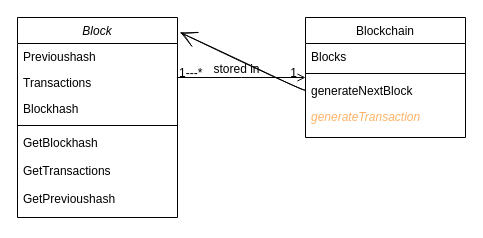
Earlier version of the draw.io diagram Untitled Diagram.drawio (engiraba/oeblockchain). Source tidied: cells renumbered, new cells numbered last; positions are measured from the earlier drawing's top-left corner, leaving out a move shared by most shapes. Both pictures are drawn from the tidied source at 100%, with x=0, y=0 at pixel (17, 17).
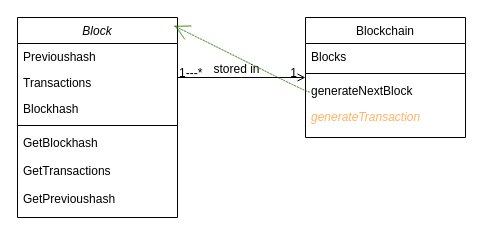
The same page after the edit.

Unchanged cells that the change refers to:
```xml
<mxCell id="2" value="Block" style="swimlane;fontStyle=2;align=center;verticalAlign=top;horizontal=1;startSize=26;rounded=0;shadow=0;strokeWidth=1;" parent="1" vertex="1">
  <mxGeometry width="160" height="200" as="geometry" />
</mxCell>
<mxCell id="11" value="generateNextBlock" style="text;align=left;verticalAlign=top;spacingLeft=4;spacingRight=4;overflow=hidden;points=[[0,0.5],[1,0.5]];portConstraint=eastwest;" parent="8" vertex="1">
  <mxGeometry y="60" width="160" height="26" as="geometry" />
</mxCell>
```

The edit, as a diff of the source:
```diff
@@
-    <mxCell id="17" style="edgeStyle=none;curved=1;rounded=0;sketch=1;hachureGap=4;jettySize=auto;html=1;entryX=1.017;entryY=0.075;entryDx=0;entryDy=0;fontFamily=Architects Daughter;fontSize=16;fontColor=#FF9999;endArrow=open;startSize=14;endSize=14;sourcePerimeterSpacing=8;targetPerimeterSpacing=8;exitX=0;exitY=0.5;exitDx=0;exitDy=0;entryPerimeter=0;" parent="1" edge="1" source="11" target="2">
+    <mxCell id="17" style="edgeStyle=none;curved=1;rounded=0;sketch=1;hachureGap=4;jettySize=auto;html=1;entryX=0.98;entryY=0.042;entryDx=0;entryDy=0;fontFamily=Architects Daughter;fontSize=16;fontColor=#FF9999;endArrow=open;startSize=14;endSize=14;sourcePerimeterSpacing=8;targetPerimeterSpacing=8;entryPerimeter=0;fillColor=#60a917;strokeColor=#2D7600;strokeWidth=0.5;dashed=1;exitX=0.025;exitY=0.56;exitDx=0;exitDy=0;exitPerimeter=0;" parent="1" edge="1" source="11" target="2">
       <mxGeometry relative="1" as="geometry" />
     </mxCell>
```
